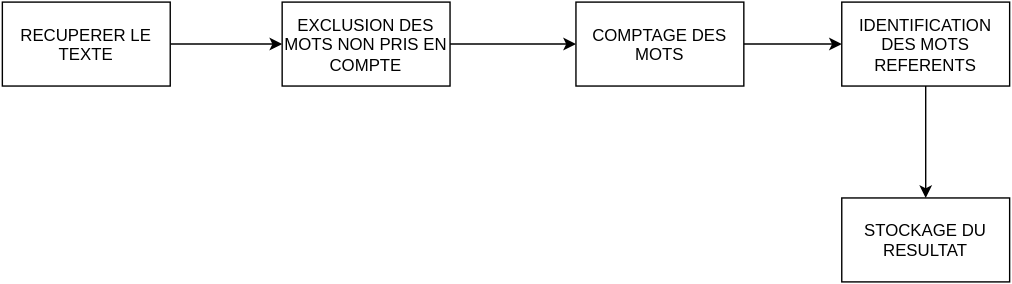
This is 29-04/Processus.svg from Zeriuno/crawler, a draw.io export, as it was before one commit. Source tidied: cells renumbered, new cells last; positions are measured from the earlier drawing's top-left corner, leaving out a move shared by most shapes.
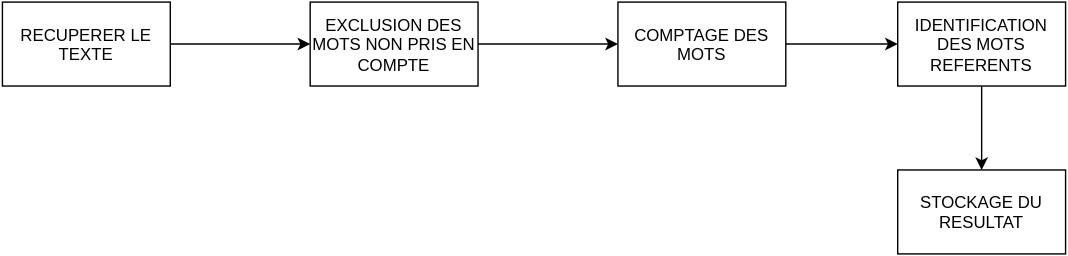
Above is the later version.

Commit message:
Ajout de ce fichier qui ne veut pas tenir en place et je ne comprends pas ce qui se passe

Diff of the diagram source:
```diff
@@ -2,32 +2,32 @@
   <root>
     <mxCell id="0" />
     <mxCell id="1" parent="0" />
-    <mxCell id="2" style="edgeStyle=orthogonalEdgeStyle;rounded=1;html=1;entryX=0;entryY=0.5;jettySize=auto;" parent="1" edge="1" source="3" target="5">
+    <mxCell id="2" style="edgeStyle=orthogonalEdgeStyle;rounded=1;html=1;jettySize=auto;" parent="1" edge="1" source="3" target="5">
       <mxGeometry relative="1" as="geometry" />
     </mxCell>
-    <mxCell id="3" value="RECUPERER LE TEXTE" style="whiteSpace=wrap;html=1;" parent="1" vertex="1">
-      <mxGeometry width="120" height="60" as="geometry" />
+    <mxCell id="3" value="&lt;span&gt;RECUPERER LE TEXTE&lt;/span&gt;" style="whiteSpace=wrap;html=1;" parent="1" vertex="1">
+      <mxGeometry x="-60" y="280" width="120" height="60" as="geometry" />
     </mxCell>
-    <mxCell id="4" style="edgeStyle=orthogonalEdgeStyle;rounded=1;html=1;jettySize=auto;" parent="1" edge="1" source="5" target="7">
-      <mxGeometry relative="1" as="geometry" />
-    </mxCell>
+    <mxCell id="11" style="edgeStyle=orthogonalEdgeStyle;rounded=1;html=1;jettySize=auto;" parent="1" edge="1" source="5" target="12">
+      <mxGeometry relative="1" as="geometry" />
+    </mxCell>
-    <mxCell id="5" value="EXCLUSION DES MOTS NON PRIS EN COMPTE" style="whiteSpace=wrap;html=1;" parent="1" vertex="1">
-      <mxGeometry x="200" width="120" height="60" as="geometry" />
+    <mxCell id="5" value="&lt;span&gt;EXCLUSION DES MOTS NON PRIS EN COMPTE&lt;/span&gt;" style="whiteSpace=wrap;html=1;" parent="1" vertex="1">
+      <mxGeometry x="160" y="280" width="120" height="60" as="geometry" />
     </mxCell>
-    <mxCell id="6" style="edgeStyle=orthogonalEdgeStyle;rounded=1;html=1;jettySize=auto;" parent="1" edge="1" source="7" target="9">
-      <mxGeometry relative="1" as="geometry" />
-    </mxCell>
-    <mxCell id="7" value="COMPTAGE DES MOTS" style="whiteSpace=wrap;html=1;" parent="1" vertex="1">
-      <mxGeometry x="410" width="120" height="60" as="geometry" />
+    <mxCell id="7" style="edgeStyle=orthogonalEdgeStyle;rounded=1;html=1;jettySize=auto;" parent="1" edge="1" source="12" target="9">
+      <mxGeometry relative="1" as="geometry" />
     </mxCell>
+    <mxCell id="12" value="&lt;span&gt;COMPTAGE DES MOTS&lt;/span&gt;" style="whiteSpace=wrap;html=1;" parent="1" vertex="1">
+      <mxGeometry x="380" y="280" width="120" height="60" as="geometry" />
+    </mxCell>
-    <mxCell id="8" style="edgeStyle=orthogonalEdgeStyle;rounded=1;html=1;entryX=0.5;entryY=0;jettySize=auto;" parent="1" edge="1" source="9" target="10">
+    <mxCell id="8" style="edgeStyle=orthogonalEdgeStyle;rounded=1;html=1;jettySize=auto;" parent="1" edge="1" source="9" target="10">
       <mxGeometry relative="1" as="geometry" />
     </mxCell>
-    <mxCell id="9" value="IDENTIFICATION DES MOTS REFERENTS" style="whiteSpace=wrap;html=1;" parent="1" vertex="1">
-      <mxGeometry x="600" width="120" height="60" as="geometry" />
+    <mxCell id="9" value="&lt;span&gt;IDENTIFICATION DES MOTS REFERENTS&lt;/span&gt;" style="whiteSpace=wrap;html=1;" parent="1" vertex="1">
+      <mxGeometry x="580" y="280" width="120" height="60" as="geometry" />
     </mxCell>
-    <mxCell id="10" value="STOCKAGE DU RESULTAT" style="whiteSpace=wrap;html=1;" parent="1" vertex="1">
-      <mxGeometry x="600" y="140" width="120" height="60" as="geometry" />
+    <mxCell id="10" value="&lt;span&gt;STOCKAGE DU RESULTAT&lt;/span&gt;" style="whiteSpace=wrap;html=1;" parent="1" vertex="1">
+      <mxGeometry x="580" y="400" width="120" height="60" as="geometry" />
     </mxCell>
   </root>
 </mxGraphModel>
```
